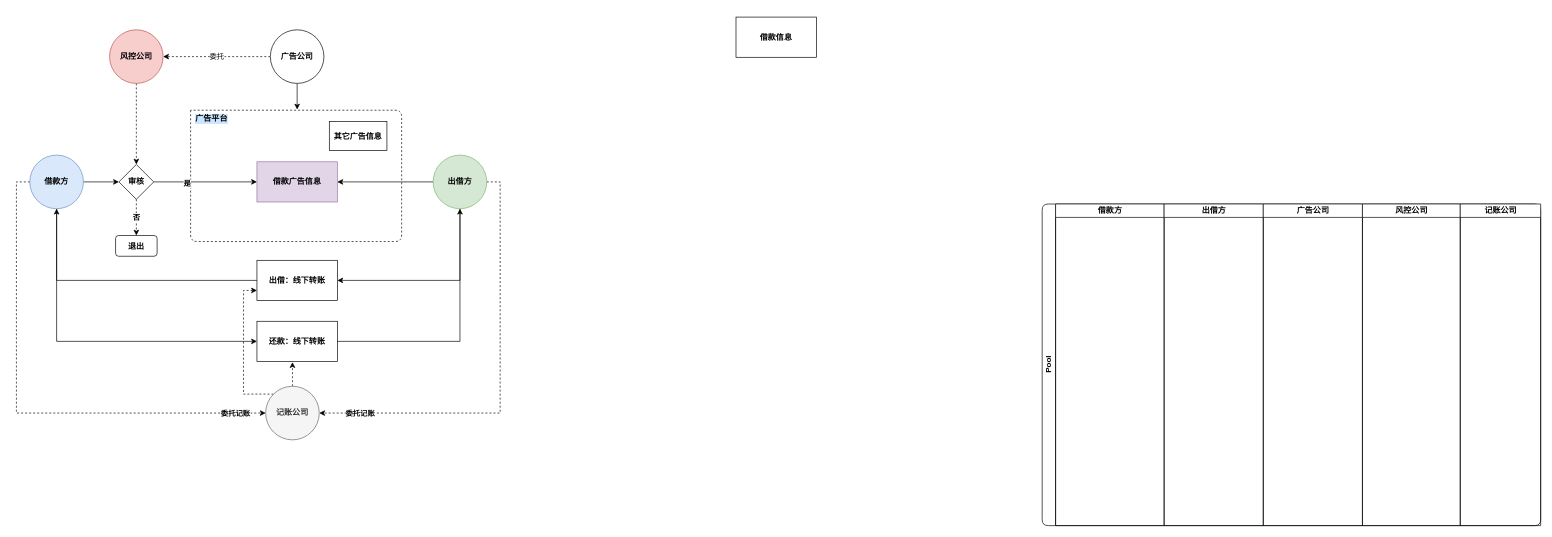
The draw.io diagram object.drawio in yiuked/diagram, before the edit. Source tidied: cells renumbered, new cells numbered last; positions are measured from the earlier drawing's top-left corner, leaving out a move shared by most shapes. Both pictures are drawn from the tidied source at 67%, with x=0, y=0 at pixel (29, 17).
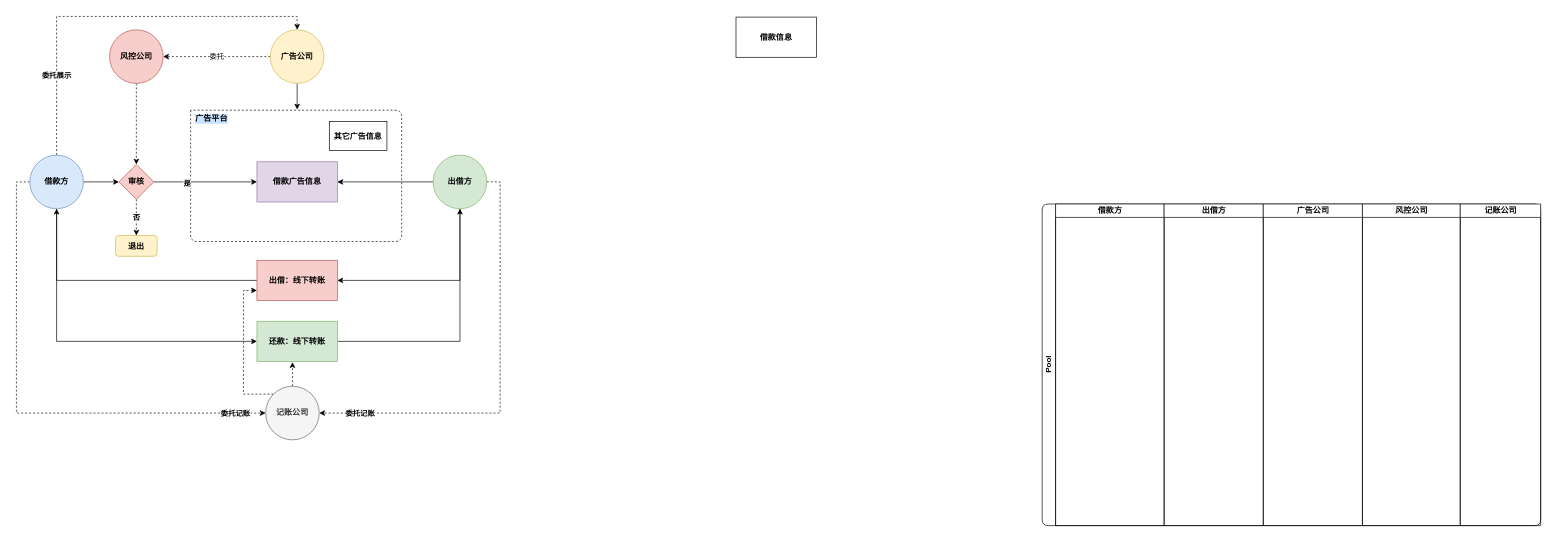
The same diagram, later.

The change refers to these unchanged cells:
```xml
<mxCell id="7" value="借款方" style="ellipse;whiteSpace=wrap;html=1;fillColor=#dae8fc;strokeColor=#6c8ebf;fontStyle=1;" parent="1" vertex="1">
  <mxGeometry y="206" width="80" height="80" as="geometry" />
</mxCell>
```

The edit, as a diff of the source:
```diff
@@
-    <mxCell id="3" style="edgeStyle=orthogonalEdgeStyle;rounded=0;jettySize=auto;html=1;exitX=1;exitY=0.5;exitDx=0;exitDy=0;" parent="1" edge="1" source="7" target="26">
-      <mxGeometry relative="1" as="geometry" />
-    </mxCell>
@@
+    <mxCell id="3" style="edgeStyle=orthogonalEdgeStyle;rounded=0;jettySize=auto;html=1;exitX=1;exitY=0.5;exitDx=0;exitDy=0;" parent="1" edge="1" source="7" target="26">
+      <mxGeometry relative="1" as="geometry" />
+    </mxCell>
+    <mxCell id="40" style="edgeStyle=orthogonalEdgeStyle;rounded=0;jettySize=auto;html=1;exitX=0.5;exitY=0;exitDx=0;exitDy=0;entryX=0.5;entryY=0;entryDx=0;entryDy=0;dashed=1;" parent="1" edge="1" source="7" target="21">
+      <mxGeometry relative="1" as="geometry" />
+    </mxCell>
+    <mxCell id="41" value="委托展示" style="edgeLabel;html=1;align=center;verticalAlign=middle;fontStyle=1;" parent="40" vertex="1">
+      <mxGeometry x="-0.59" y="1" relative="1" as="geometry" />
+    </mxCell>
@@
-    <mxCell id="21" value="广告公司" style="ellipse;whiteSpace=wrap;html=1;fontStyle=1;" parent="1" vertex="1">
+    <mxCell id="21" value="广告公司" style="ellipse;whiteSpace=wrap;html=1;fontStyle=1;fillColor=#fff2cc;strokeColor=#d6b656;" parent="1" vertex="1">
       <mxGeometry x="359" y="19" width="80" height="80" as="geometry" />
     </mxCell>
@@
-    <mxCell id="26" value="审核" style="rhombus;whiteSpace=wrap;html=1;fontStyle=1;" parent="1" vertex="1">
+    <mxCell id="26" value="审核" style="rhombus;whiteSpace=wrap;html=1;fontStyle=1;fillColor=#f8cecc;strokeColor=#b85450;" parent="1" vertex="1">
       <mxGeometry x="133" y="220" width="52" height="52" as="geometry" />
     </mxCell>
@@
-    <mxCell id="29" value="退出" style="rounded=1;whiteSpace=wrap;html=1;shadow=0;glass=0;labelBackgroundColor=none;strokeWidth=1;fontStyle=1;" parent="1" vertex="1">
+    <mxCell id="29" value="退出" style="rounded=1;whiteSpace=wrap;html=1;shadow=0;glass=0;labelBackgroundColor=none;strokeWidth=1;fontStyle=1;fillColor=#fff2cc;strokeColor=#d6b656;" parent="1" vertex="1">
       <mxGeometry x="128" y="326" width="62" height="31" as="geometry" />
     </mxCell>
@@
-    <mxCell id="31" value="出借：线下转账" style="rounded=0;whiteSpace=wrap;html=1;fontStyle=1;" parent="1" vertex="1">
+    <mxCell id="31" value="出借：线下转账" style="rounded=0;whiteSpace=wrap;html=1;fontStyle=1;fillColor=#f8cecc;strokeColor=#b85450;" parent="1" vertex="1">
       <mxGeometry x="339" y="363" width="120" height="60" as="geometry" />
     </mxCell>
@@
-    <mxCell id="39" value="还款：线下转账" style="rounded=0;whiteSpace=wrap;html=1;fontStyle=1;" parent="1" vertex="1">
+    <mxCell id="39" value="还款：线下转账" style="rounded=0;whiteSpace=wrap;html=1;fontStyle=1;fillColor=#d5e8d4;strokeColor=#82b366;" parent="1" vertex="1">
       <mxGeometry x="339" y="454" width="120" height="60" as="geometry" />
     </mxCell>
```
